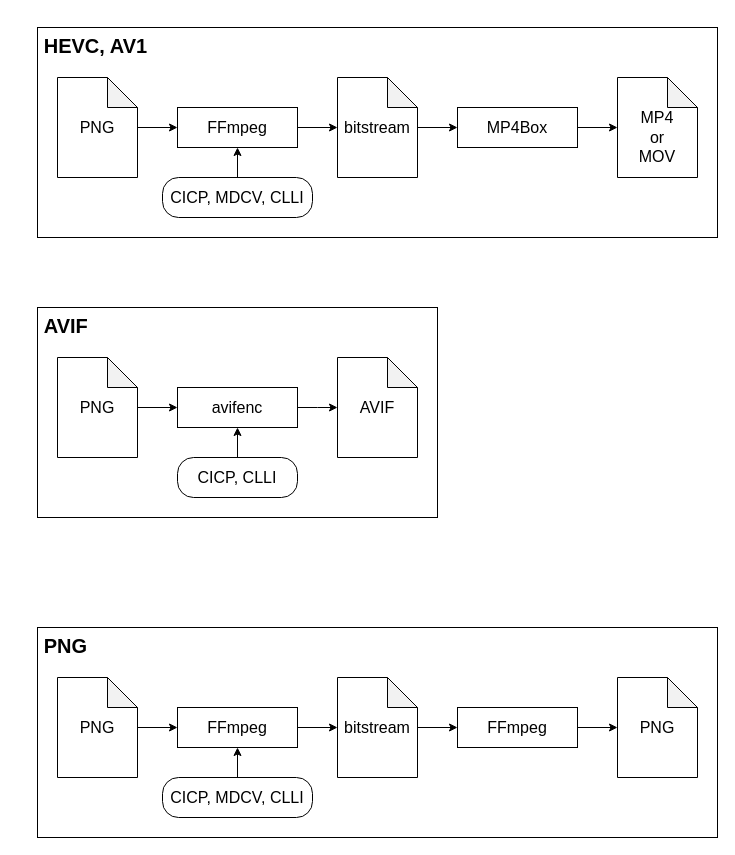
Earlier version of the draw.io diagram 2025/12_AVIF_UltraHDR_PNG_Comparison/blog_img/Encoding_diagram.drawio (toru-ver4/sample_code). Source tidied: cells renumbered, new cells numbered last; positions are measured from the earlier drawing's top-left corner, leaving out a move shared by most shapes. Both pictures are drawn from the tidied source at 100%, with x=0, y=0 at pixel (37, 27).
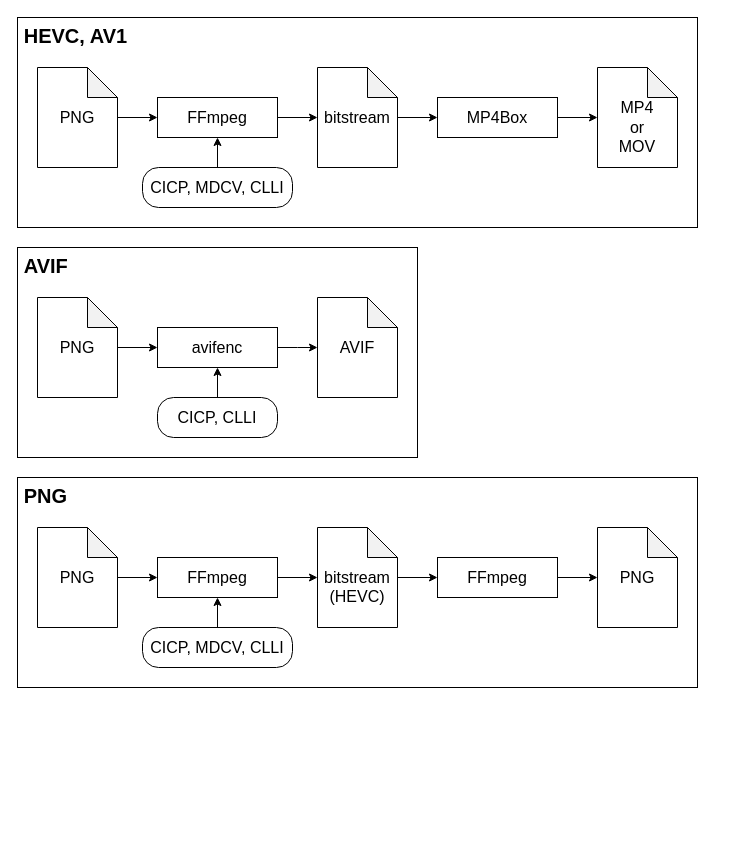
After the change.

The edit, as a diff of the source:
```diff
@@
     <mxCell id="2" value="&lt;font style=&quot;&quot;&gt;&lt;span style=&quot;font-size: 17px;&quot;&gt;&amp;nbsp;&lt;/span&gt;&lt;b style=&quot;&quot;&gt;&lt;font style=&quot;font-size: 20px;&quot;&gt;PNG&lt;/font&gt;&lt;/b&gt;&lt;/font&gt;" style="rounded=0;whiteSpace=wrap;html=1;align=left;verticalAlign=top;" parent="1" vertex="1">
-      <mxGeometry y="600" width="680" height="210" as="geometry" />
+      <mxGeometry x="-20" y="450" width="680" height="210" as="geometry" />
     </mxCell>
     <mxCell id="3" value="&lt;font style=&quot;&quot;&gt;&lt;span style=&quot;font-size: 17px;&quot;&gt;&amp;nbsp;&lt;/span&gt;&lt;b style=&quot;&quot;&gt;&lt;font style=&quot;font-size: 20px;&quot;&gt;AVIF&lt;/font&gt;&lt;/b&gt;&lt;/font&gt;" style="rounded=0;whiteSpace=wrap;html=1;align=left;verticalAlign=top;" parent="1" vertex="1">
-      <mxGeometry y="280" width="400" height="210" as="geometry" />
+      <mxGeometry x="-20" y="220" width="400" height="210" as="geometry" />
     </mxCell>
     <mxCell id="4" value="&lt;font style=&quot;&quot;&gt;&lt;span style=&quot;font-size: 17px;&quot;&gt;&amp;nbsp;&lt;/span&gt;&lt;b style=&quot;&quot;&gt;&lt;font style=&quot;font-size: 20px;&quot;&gt;HEVC, AV1&lt;/font&gt;&lt;/b&gt;&lt;/font&gt;" style="rounded=0;whiteSpace=wrap;html=1;align=left;verticalAlign=top;" parent="1" vertex="1">
-      <mxGeometry width="680" height="210" as="geometry" />
+      <mxGeometry x="-20" y="-10" width="680" height="210" as="geometry" />
     </mxCell>
@@
     <mxCell id="6" value="&lt;font style=&quot;font-size: 16px;&quot;&gt;PNG&lt;/font&gt;" style="shape=note;whiteSpace=wrap;html=1;backgroundOutline=1;darkOpacity=0.05;" parent="1" vertex="1">
-      <mxGeometry x="20" y="50" width="80" height="100" as="geometry" />
+      <mxGeometry y="40" width="80" height="100" as="geometry" />
     </mxCell>
     <mxCell id="7" value="FFmpeg" style="rounded=0;whiteSpace=wrap;html=1;fontSize=16;" parent="1" vertex="1">
-      <mxGeometry x="140" y="80" width="120" height="40" as="geometry" />
+      <mxGeometry x="120" y="70" width="120" height="40" as="geometry" />
     </mxCell>
@@
     <mxCell id="9" value="&lt;font style=&quot;font-size: 16px;&quot;&gt;bitstream&lt;/font&gt;" style="shape=note;whiteSpace=wrap;html=1;backgroundOutline=1;darkOpacity=0.05;" parent="1" vertex="1">
-      <mxGeometry x="300" y="50" width="80" height="100" as="geometry" />
+      <mxGeometry x="280" y="40" width="80" height="100" as="geometry" />
     </mxCell>
@@
     <mxCell id="11" value="MP4Box" style="rounded=0;whiteSpace=wrap;html=1;fontSize=16;" parent="1" vertex="1">
-      <mxGeometry x="420" y="80" width="120" height="40" as="geometry" />
+      <mxGeometry x="400" y="70" width="120" height="40" as="geometry" />
     </mxCell>
     <mxCell id="12" value="&lt;div&gt;&lt;font style=&quot;font-size: 16px;&quot;&gt;&lt;br&gt;&lt;/font&gt;&lt;/div&gt;&lt;font style=&quot;font-size: 16px;&quot;&gt;MP4&lt;/font&gt;&lt;div&gt;&lt;font style=&quot;font-size: 16px;&quot;&gt;or&lt;/font&gt;&lt;/div&gt;&lt;div&gt;&lt;font style=&quot;font-size: 16px;&quot;&gt;MOV&lt;/font&gt;&lt;/div&gt;" style="shape=note;whiteSpace=wrap;html=1;backgroundOutline=1;darkOpacity=0.05;" parent="1" vertex="1">
-      <mxGeometry x="580" y="50" width="80" height="100" as="geometry" />
+      <mxGeometry x="560" y="40" width="80" height="100" as="geometry" />
     </mxCell>
@@
     <mxCell id="14" style="endArrow=classic;html=1;rounded=0;exitX=0.5;exitY=0;exitDx=0;exitDy=0;" parent="1" edge="1" source="15">
       <mxGeometry relative="1" as="geometry">
-        <mxPoint x="200" y="120" as="targetPoint" />
+        <mxPoint x="180" y="110" as="targetPoint" />
       </mxGeometry>
     </mxCell>
     <mxCell id="15" value="CICP, MDCV, CLLI" style="rounded=1;whiteSpace=wrap;html=1;fontSize=16;arcSize=40;" parent="1" vertex="1">
-      <mxGeometry x="125" y="150" width="150" height="40" as="geometry" />
+      <mxGeometry x="105" y="140" width="150" height="40" as="geometry" />
     </mxCell>
@@
     <mxCell id="17" value="&lt;font style=&quot;font-size: 16px;&quot;&gt;PNG&lt;/font&gt;" style="shape=note;whiteSpace=wrap;html=1;backgroundOutline=1;darkOpacity=0.05;" parent="1" vertex="1">
-      <mxGeometry x="20" y="330" width="80" height="100" as="geometry" />
+      <mxGeometry y="270" width="80" height="100" as="geometry" />
     </mxCell>
     <mxCell id="18" value="avifenc" style="rounded=0;whiteSpace=wrap;html=1;fontSize=16;" parent="1" vertex="1">
-      <mxGeometry x="140" y="360" width="120" height="40" as="geometry" />
+      <mxGeometry x="120" y="300" width="120" height="40" as="geometry" />
     </mxCell>
     <mxCell id="19" style="edgeStyle=orthogonalEdgeStyle;rounded=0;jettySize=auto;html=1;exitX=1;exitY=0.5;exitDx=0;exitDy=0;entryX=0;entryY=0.5;entryDx=0;entryDy=0;entryPerimeter=0;" parent="1" edge="1" source="18">
       <mxGeometry relative="1" as="geometry">
-        <mxPoint x="300" y="380" as="targetPoint" />
+        <mxPoint x="280" y="320" as="targetPoint" />
       </mxGeometry>
     </mxCell>
     <mxCell id="20" value="&lt;font style=&quot;font-size: 16px;&quot;&gt;AVIF&lt;/font&gt;" style="shape=note;whiteSpace=wrap;html=1;backgroundOutline=1;darkOpacity=0.05;" parent="1" vertex="1">
-      <mxGeometry x="300" y="330" width="80" height="100" as="geometry" />
+      <mxGeometry x="280" y="270" width="80" height="100" as="geometry" />
     </mxCell>
     <mxCell id="21" style="endArrow=classic;html=1;rounded=0;exitX=0.5;exitY=0;exitDx=0;exitDy=0;" parent="1" edge="1" source="22">
       <mxGeometry relative="1" as="geometry">
-        <mxPoint x="200" y="400" as="targetPoint" />
+        <mxPoint x="180" y="340" as="targetPoint" />
       </mxGeometry>
     </mxCell>
     <mxCell id="22" value="CICP, CLLI" style="rounded=1;whiteSpace=wrap;html=1;fontSize=16;arcSize=40;" parent="1" vertex="1">
-      <mxGeometry x="140" y="430" width="120" height="40" as="geometry" />
+      <mxGeometry x="120" y="370" width="120" height="40" as="geometry" />
     </mxCell>
@@
     <mxCell id="24" value="&lt;font style=&quot;font-size: 16px;&quot;&gt;PNG&lt;/font&gt;" style="shape=note;whiteSpace=wrap;html=1;backgroundOutline=1;darkOpacity=0.05;" parent="1" vertex="1">
-      <mxGeometry x="20" y="650" width="80" height="100" as="geometry" />
+      <mxGeometry y="500" width="80" height="100" as="geometry" />
     </mxCell>
     <mxCell id="25" value="FFmpeg" style="rounded=0;whiteSpace=wrap;html=1;fontSize=16;" parent="1" vertex="1">
-      <mxGeometry x="140" y="680" width="120" height="40" as="geometry" />
+      <mxGeometry x="120" y="530" width="120" height="40" as="geometry" />
     </mxCell>
@@
-    <mxCell id="27" value="&lt;font style=&quot;font-size: 16px;&quot;&gt;bitstream&lt;/font&gt;" style="shape=note;whiteSpace=wrap;html=1;backgroundOutline=1;darkOpacity=0.05;" parent="1" vertex="1">
-      <mxGeometry x="300" y="650" width="80" height="100" as="geometry" />
+    <mxCell id="27" value="&lt;div&gt;&lt;font style=&quot;font-size: 16px;&quot;&gt;&lt;br&gt;&lt;/font&gt;&lt;/div&gt;&lt;font style=&quot;font-size: 16px;&quot;&gt;bitstream&lt;/font&gt;&lt;div&gt;&lt;font style=&quot;font-size: 16px;&quot;&gt;(HEVC)&lt;/font&gt;&lt;/div&gt;" style="shape=note;whiteSpace=wrap;html=1;backgroundOutline=1;darkOpacity=0.05;" parent="1" vertex="1">
+      <mxGeometry x="280" y="500" width="80" height="100" as="geometry" />
     </mxCell>
@@
     <mxCell id="29" value="FFmpeg" style="rounded=0;whiteSpace=wrap;html=1;fontSize=16;" parent="1" vertex="1">
-      <mxGeometry x="420" y="680" width="120" height="40" as="geometry" />
+      <mxGeometry x="400" y="530" width="120" height="40" as="geometry" />
     </mxCell>
     <mxCell id="30" value="&lt;div&gt;&lt;font style=&quot;font-size: 16px;&quot;&gt;PNG&lt;/font&gt;&lt;/div&gt;" style="shape=note;whiteSpace=wrap;html=1;backgroundOutline=1;darkOpacity=0.05;" parent="1" vertex="1">
-      <mxGeometry x="580" y="650" width="80" height="100" as="geometry" />
+      <mxGeometry x="560" y="500" width="80" height="100" as="geometry" />
     </mxCell>
@@
     <mxCell id="32" style="endArrow=classic;html=1;rounded=0;exitX=0.5;exitY=0;exitDx=0;exitDy=0;" parent="1" edge="1" source="33">
       <mxGeometry relative="1" as="geometry">
-        <mxPoint x="200" y="720" as="targetPoint" />
+        <mxPoint x="180" y="570" as="targetPoint" />
       </mxGeometry>
     </mxCell>
     <mxCell id="33" value="CICP, MDCV, CLLI" style="rounded=1;whiteSpace=wrap;html=1;fontSize=16;arcSize=40;" parent="1" vertex="1">
-      <mxGeometry x="125" y="750" width="150" height="40" as="geometry" />
+      <mxGeometry x="105" y="600" width="150" height="40" as="geometry" />
     </mxCell>
```
